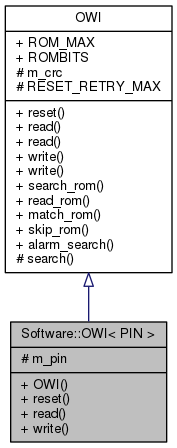
This is Arduino-OWI/df/d9c/classSoftware_1_1OWI__coll__graph.png from mikaelpatel/mikaelpatel.github.io, a Graphviz export, as it was before one commit. Its source is kept beside it as Arduino-OWI/df/d9c/classSoftware_1_1OWI__coll__graph.dot. The source it was exported from:
```dot
digraph "Software::OWI&lt; PIN &gt;"
{
  edge [fontname="Helvetica",fontsize="10",labelfontname="Helvetica",labelfontsize="10"];
  node [fontname="Helvetica",fontsize="10",shape=record];
  Node1 [label="{Software::OWI\< PIN \>\n|# m_pin\l|+ OWI()\l+ reset()\l+ read()\l+ write()\l}",height=0.2,width=0.4,color="black", fillcolor="grey75", style="filled", fontcolor="black"];
  Node2 -> Node1 [dir="back",color="midnightblue",fontsize="10",style="solid",arrowtail="onormal",fontname="Helvetica"];
  Node2 [label="{OWI\n|+ ROM_MAX\l+ ROMBITS\l# m_crc\l# RESET_RETRY_MAX\l|+ reset()\l+ read()\l+ read()\l+ write()\l+ write()\l+ search_rom()\l+ read_rom()\l+ match_rom()\l+ skip_rom()\l+ alarm_search()\l# search()\l}",height=0.2,width=0.4,color="black", fillcolor="white", style="filled",URL="$d7/d90/classOWI.html"];
}
```
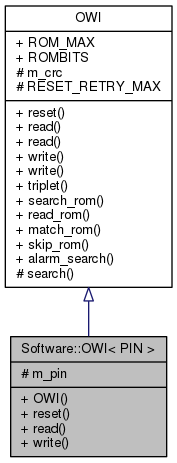
After the commit.

What changed in the source:
```diff
@@ -4,5 +4,5 @@
   node [fontname="Helvetica",fontsize="10",shape=record];
   Node1 [label="{Software::OWI\< PIN \>\n|# m_pin\l|+ OWI()\l+ reset()\l+ read()\l+ write()\l}",height=0.2,width=0.4,color="black", fillcolor="grey75", style="filled", fontcolor="black"];
   Node2 -> Node1 [dir="back",color="midnightblue",fontsize="10",style="solid",arrowtail="onormal",fontname="Helvetica"];
-  Node2 [label="{OWI\n|+ ROM_MAX\l+ ROMBITS\l# m_crc\l# RESET_RETRY_MAX\l|+ reset()\l+ read()\l+ read()\l+ write()\l+ write()\l+ search_rom()\l+ read_rom()\l+ match_rom()\l+ skip_rom()\l+ alarm_search()\l# search()\l}",height=0.2,width=0.4,color="black", fillcolor="white", style="filled",URL="$d7/d90/classOWI.html"];
+  Node2 [label="{OWI\n|+ ROM_MAX\l+ ROMBITS\l# m_crc\l# RESET_RETRY_MAX\l|+ reset()\l+ read()\l+ read()\l+ write()\l+ write()\l+ triplet()\l+ search_rom()\l+ read_rom()\l+ match_rom()\l+ skip_rom()\l+ alarm_search()\l# search()\l}",height=0.2,width=0.4,color="black", fillcolor="white", style="filled",URL="$d7/d90/classOWI.html"];
 }
```
